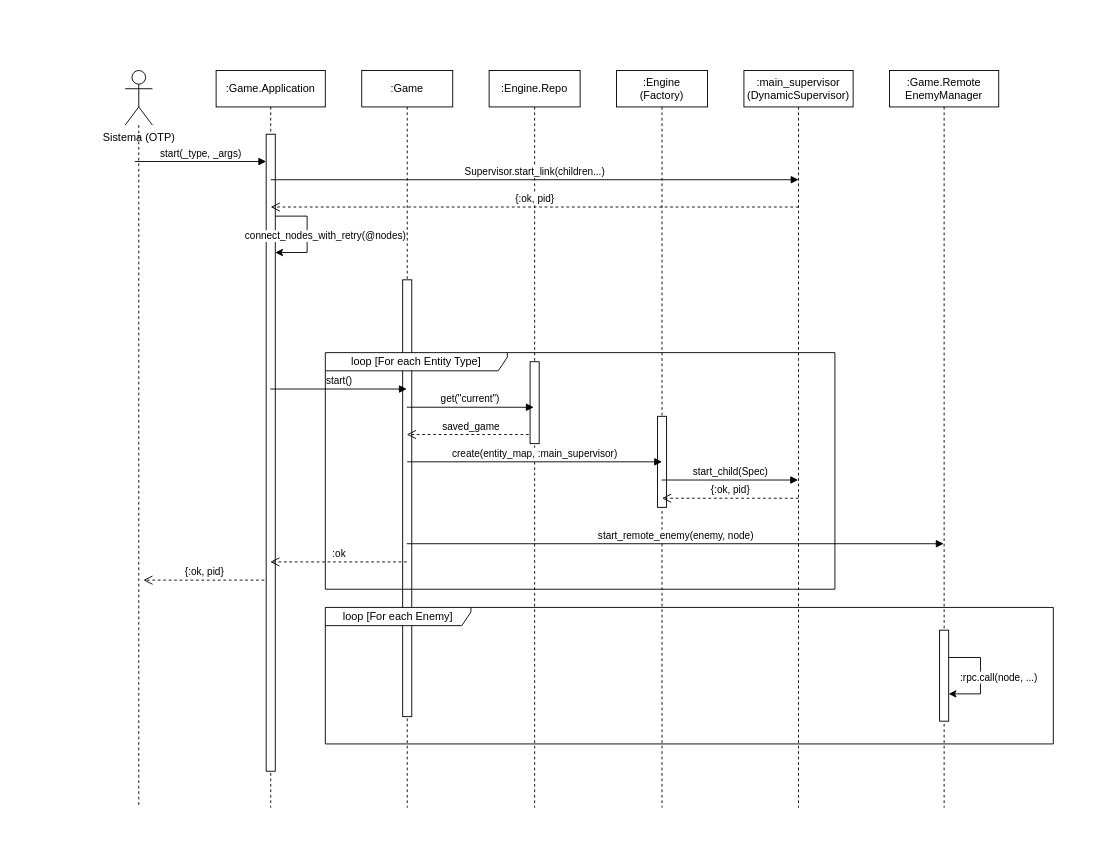
Above: document/tex_files/mainmatter/chapter_5/images/design_game/secuence_diagrams/start_game_session.drawio in ThAlsay/Hephaestus (draw.io), before the change. Source tidied: cells renumbered, new cells numbered last; positions are measured from the earlier drawing's top-left corner, leaving out a move shared by most shapes. Both pictures are drawn from the tidied source at 91%, with x=0, y=0 at pixel (125, 70).
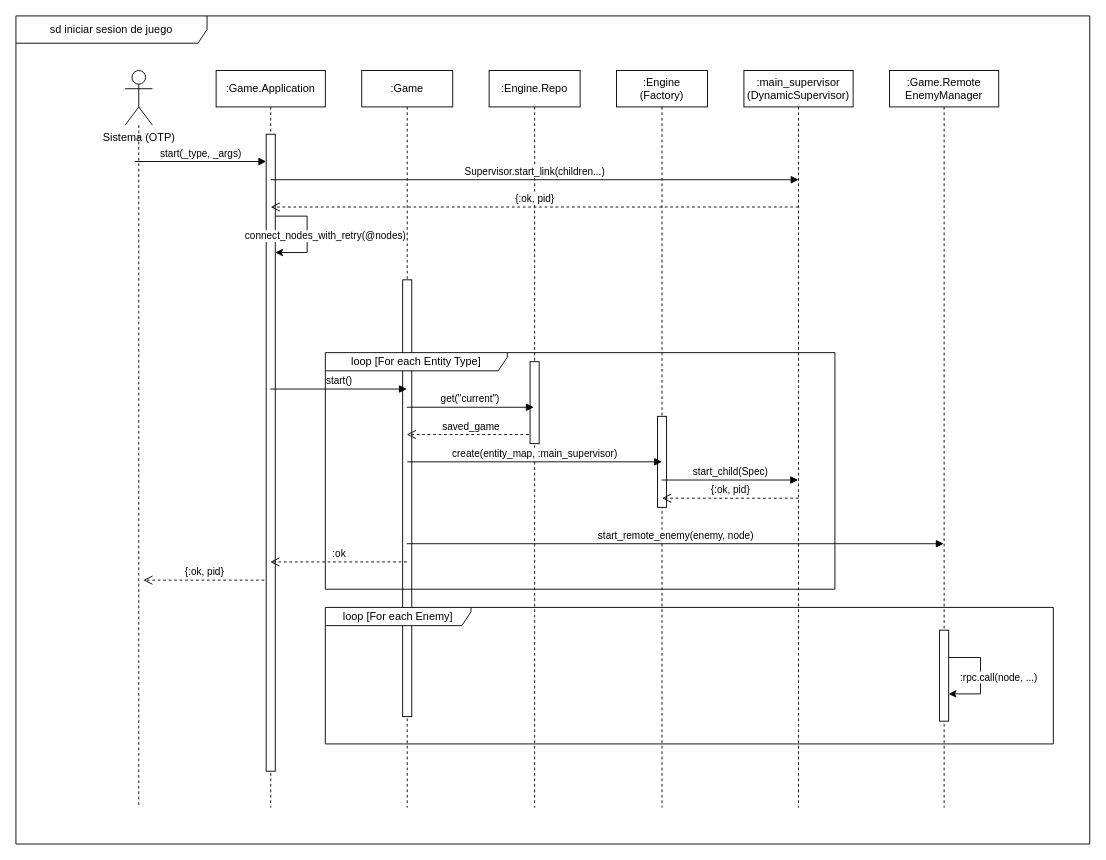
After the change.

Diff of the diagram source:
```diff
@@
+    <mxCell id="31" value="sd iniciar sesion de juego" style="shape=umlFrame;whiteSpace=wrap;html=1;width=210;height=30;" parent="1" vertex="1">
+      <mxGeometry x="-120" y="-60" width="1180" height="910" as="geometry" />
+    </mxCell>
```
